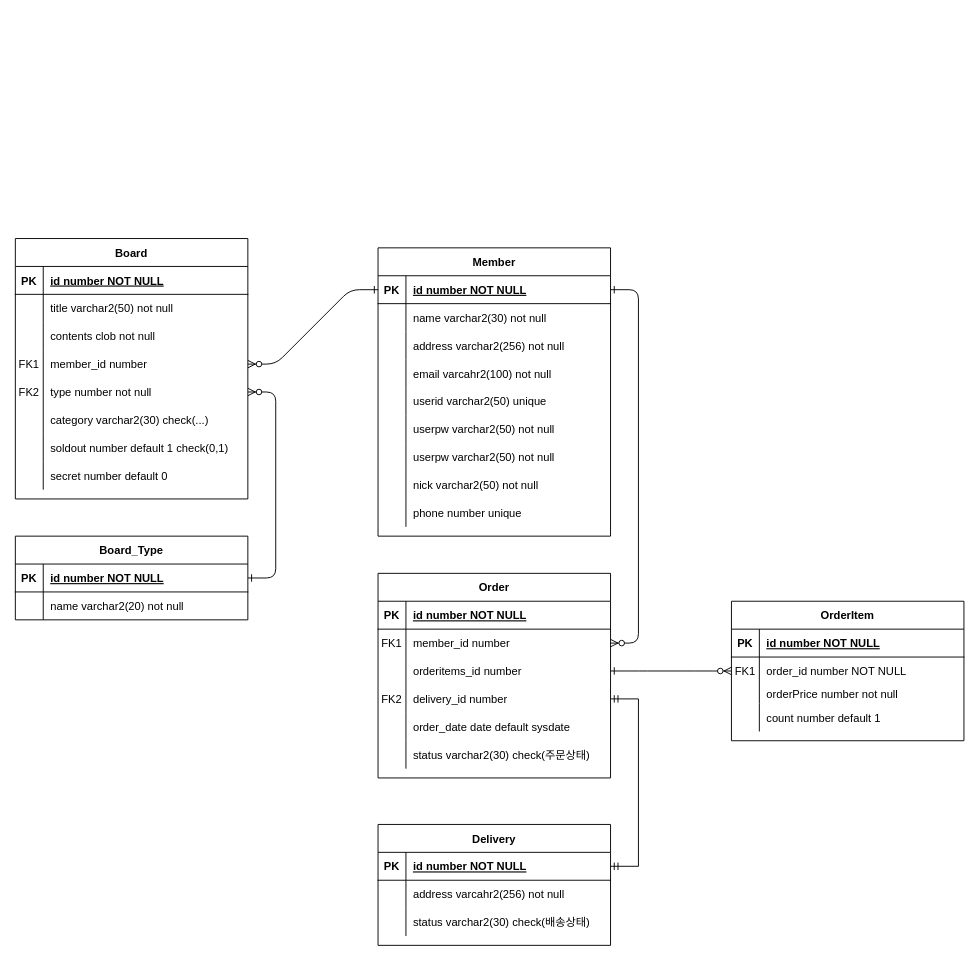
Before: DBSetting/order.drawio in asdf26532/Payment, a draw.io diagram. Source tidied: cells renumbered, new cells numbered last; positions are measured from the earlier drawing's top-left corner, leaving out a move shared by most shapes. Both pictures are drawn from the tidied source at 93%, with x=0, y=0 at pixel (15, 238).
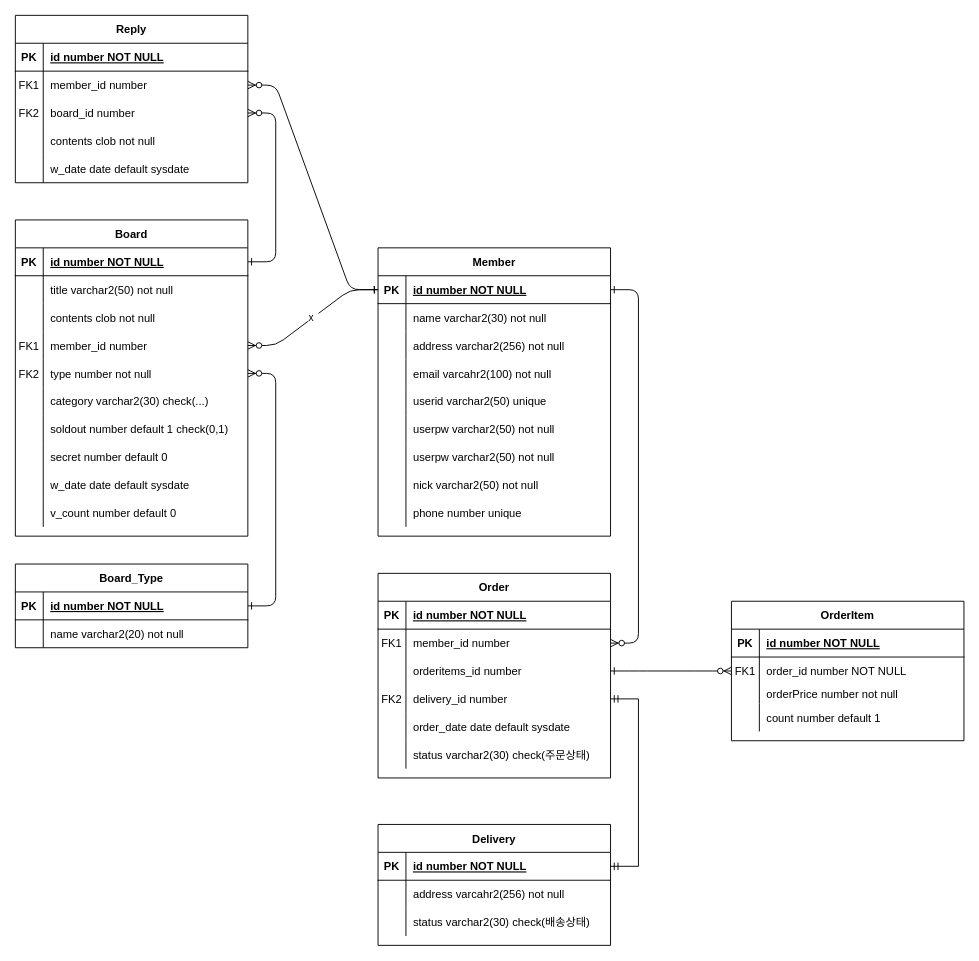
Above is the later version.

Unchanged cells that the change refers to:
```xml
<mxCell id="34" style="shape=partialRectangle;fillColor=none;points=[[0,0.5],[1,0.5]];portConstraint=eastwest;top=0;left=0;right=0;bottom=1;" parent="33" vertex="1">
  <mxGeometry y="30" width="250" height="30" as="geometry" />
</mxCell>
<mxCell id="76" style="shape=partialRectangle;fillColor=none;points=[[0,0.5],[1,0.5]];portConstraint=eastwest;top=0;left=0;right=0;bottom=1;" parent="75" vertex="1">
  <mxGeometry y="30" width="250" height="30" as="geometry" />
</mxCell>
<mxCell id="85" style="shape=partialRectangle;fillColor=none;points=[[0,0.5],[1,0.5]];portConstraint=eastwest;top=0;left=0;right=0;bottom=0;" parent="75" vertex="1">
  <mxGeometry y="120" width="250" height="30" as="geometry" />
</mxCell>
```

Diff of the diagram source:
```diff
@@
     <mxCell id="75" value="Board" style="shape=table;startSize=30;childLayout=tableLayout;rowLines=0;fontStyle=1;align=center;" parent="1" vertex="1">
-      <mxGeometry width="250" height="280" as="geometry" />
+      <mxGeometry y="-20" width="250" height="340" as="geometry" />
     </mxCell>
@@
+    <mxCell id="109" style="shape=partialRectangle;fillColor=none;top=0;left=0;right=0;bottom=0;" parent="75" vertex="1">
+      <mxGeometry y="270" width="250" height="30" as="geometry" />
+    </mxCell>
+    <mxCell id="110" style="shape=partialRectangle;overflow=hidden;fillColor=none;top=0;left=0;bottom=0;right=0;" parent="109" vertex="1">
+      <mxGeometry width="30" height="30" as="geometry" />
+    </mxCell>
+    <mxCell id="111" value="w_date date default sysdate" style="shape=partialRectangle;overflow=hidden;fillColor=none;top=0;left=0;bottom=0;right=0;align=left;spacingLeft=6;" parent="109" vertex="1">
+      <mxGeometry x="30" width="220" height="30" as="geometry" />
+    </mxCell>
+    <mxCell id="112" style="shape=partialRectangle;fillColor=none;top=0;left=0;right=0;bottom=0;" parent="75" vertex="1">
+      <mxGeometry y="300" width="250" height="30" as="geometry" />
+    </mxCell>
+    <mxCell id="113" style="shape=partialRectangle;overflow=hidden;fillColor=none;top=0;left=0;bottom=0;right=0;" parent="112" vertex="1">
+      <mxGeometry width="30" height="30" as="geometry" />
+    </mxCell>
+    <mxCell id="114" value="v_count number default 0" style="shape=partialRectangle;overflow=hidden;fillColor=none;top=0;left=0;bottom=0;right=0;align=left;spacingLeft=6;" parent="112" vertex="1">
+      <mxGeometry x="30" width="220" height="30" as="geometry" />
+    </mxCell>
-    <mxCell id="100" style="edgeStyle=entityRelationEdgeStyle;endArrow=ERzeroToMany;startArrow=ERone;endFill=1;startFill=0;exitX=0;exitY=0.5;exitDx=0;exitDy=0;" parent="1" edge="1" source="34" target="85">
+    <mxCell id="100" value="x " style="edgeStyle=entityRelationEdgeStyle;endArrow=ERzeroToMany;startArrow=ERone;endFill=1;startFill=0;exitX=0;exitY=0.5;exitDx=0;exitDy=0;" parent="1" edge="1" source="34" target="85">
       <mxGeometry relative="1" as="geometry">
         <Array as="points">
           <mxPoint x="10" y="325" />
           <mxPoint x="40" y="325" />
         </Array>
       </mxGeometry>
     </mxCell>
     <mxCell id="101" value="Board_Type" style="shape=table;startSize=30;childLayout=tableLayout;rowLines=0;fontStyle=1;align=center;" parent="1" vertex="1">
-      <mxGeometry y="320" width="250" height="90" as="geometry" />
+      <mxGeometry y="350" width="250" height="90" as="geometry" />
     </mxCell>
@@
+    <mxCell id="115" value="Reply" style="shape=table;startSize=30;childLayout=tableLayout;rowLines=0;fontStyle=1;align=center;" parent="1" vertex="1">
+      <mxGeometry y="-240" width="250" height="180" as="geometry" />
+    </mxCell>
+    <mxCell id="116" style="shape=partialRectangle;fillColor=none;top=0;left=0;right=0;bottom=1;" parent="115" vertex="1">
+      <mxGeometry y="30" width="250" height="30" as="geometry" />
+    </mxCell>
+    <mxCell id="117" value="PK" style="shape=partialRectangle;overflow=hidden;fillColor=none;top=0;left=0;bottom=0;right=0;fontStyle=1;" parent="116" vertex="1">
+      <mxGeometry width="30" height="30" as="geometry" />
+    </mxCell>
+    <mxCell id="118" value="id number NOT NULL" style="shape=partialRectangle;overflow=hidden;fillColor=none;top=0;left=0;bottom=0;right=0;align=left;spacingLeft=6;fontStyle=5;" parent="116" vertex="1">
+      <mxGeometry x="30" width="220" height="30" as="geometry" />
+    </mxCell>
+    <mxCell id="119" style="shape=partialRectangle;fillColor=none;points=[[0,0.5],[1,0.5]];portConstraint=eastwest;top=0;left=0;right=0;bottom=0;" parent="115" vertex="1">
+      <mxGeometry y="60" width="250" height="30" as="geometry" />
+    </mxCell>
+    <mxCell id="120" value="FK1" style="shape=partialRectangle;overflow=hidden;fillColor=none;top=0;left=0;bottom=0;right=0;" parent="119" vertex="1">
+      <mxGeometry width="30" height="30" as="geometry" />
+    </mxCell>
+    <mxCell id="121" value="member_id number" style="shape=partialRectangle;overflow=hidden;fillColor=none;top=0;left=0;bottom=0;right=0;align=left;spacingLeft=6;" parent="119" vertex="1">
+      <mxGeometry x="30" width="220" height="30" as="geometry" />
+    </mxCell>
+    <mxCell id="122" style="shape=partialRectangle;fillColor=none;points=[[0,0.5],[1,0.5]];portConstraint=eastwest;top=0;left=0;right=0;bottom=0;" parent="115" vertex="1">
+      <mxGeometry y="90" width="250" height="30" as="geometry" />
+    </mxCell>
+    <mxCell id="123" value="FK2" style="shape=partialRectangle;overflow=hidden;fillColor=none;top=0;left=0;bottom=0;right=0;" parent="122" vertex="1">
+      <mxGeometry width="30" height="30" as="geometry" />
+    </mxCell>
+    <mxCell id="124" value="board_id number" style="shape=partialRectangle;overflow=hidden;fillColor=none;top=0;left=0;bottom=0;right=0;align=left;spacingLeft=6;" parent="122" vertex="1">
+      <mxGeometry x="30" width="220" height="30" as="geometry" />
+    </mxCell>
+    <mxCell id="125" style="shape=partialRectangle;fillColor=none;top=0;left=0;right=0;bottom=0;" parent="115" vertex="1">
+      <mxGeometry y="120" width="250" height="30" as="geometry" />
+    </mxCell>
+    <mxCell id="126" style="shape=partialRectangle;overflow=hidden;fillColor=none;top=0;left=0;bottom=0;right=0;" parent="125" vertex="1">
+      <mxGeometry width="30" height="30" as="geometry" />
+    </mxCell>
+    <mxCell id="127" value="contents clob not null" style="shape=partialRectangle;overflow=hidden;fillColor=none;top=0;left=0;bottom=0;right=0;align=left;spacingLeft=6;" parent="125" vertex="1">
+      <mxGeometry x="30" width="220" height="30" as="geometry" />
+    </mxCell>
+    <mxCell id="128" style="shape=partialRectangle;fillColor=none;top=0;left=0;right=0;bottom=0;" parent="115" vertex="1">
+      <mxGeometry y="150" width="250" height="30" as="geometry" />
+    </mxCell>
+    <mxCell id="129" style="shape=partialRectangle;overflow=hidden;fillColor=none;top=0;left=0;bottom=0;right=0;" parent="128" vertex="1">
+      <mxGeometry width="30" height="30" as="geometry" />
+    </mxCell>
+    <mxCell id="130" value="w_date date default sysdate" style="shape=partialRectangle;overflow=hidden;fillColor=none;top=0;left=0;bottom=0;right=0;align=left;spacingLeft=6;" parent="128" vertex="1">
+      <mxGeometry x="30" width="220" height="30" as="geometry" />
+    </mxCell>
+    <mxCell id="131" style="edgeStyle=entityRelationEdgeStyle;endArrow=ERzeroToMany;startArrow=ERone;endFill=1;startFill=0;" parent="1" edge="1" source="76" target="122">
+      <mxGeometry relative="1" as="geometry">
+        <Array as="points">
+          <mxPoint x="-550" y="-35" />
+          <mxPoint x="-240" y="-255" />
+          <mxPoint x="-310" y="-175" />
+          <mxPoint x="-260" y="-155" />
+          <mxPoint x="-520" y="-35" />
+        </Array>
+      </mxGeometry>
+    </mxCell>
+    <mxCell id="132" style="edgeStyle=entityRelationEdgeStyle;endArrow=ERzeroToMany;startArrow=ERone;endFill=1;startFill=0;" parent="1" edge="1" source="34" target="119">
+      <mxGeometry relative="1" as="geometry">
+        <Array as="points">
+          <mxPoint x="270" y="20" />
+          <mxPoint x="300" y="20" />
+        </Array>
+      </mxGeometry>
+    </mxCell>
```
